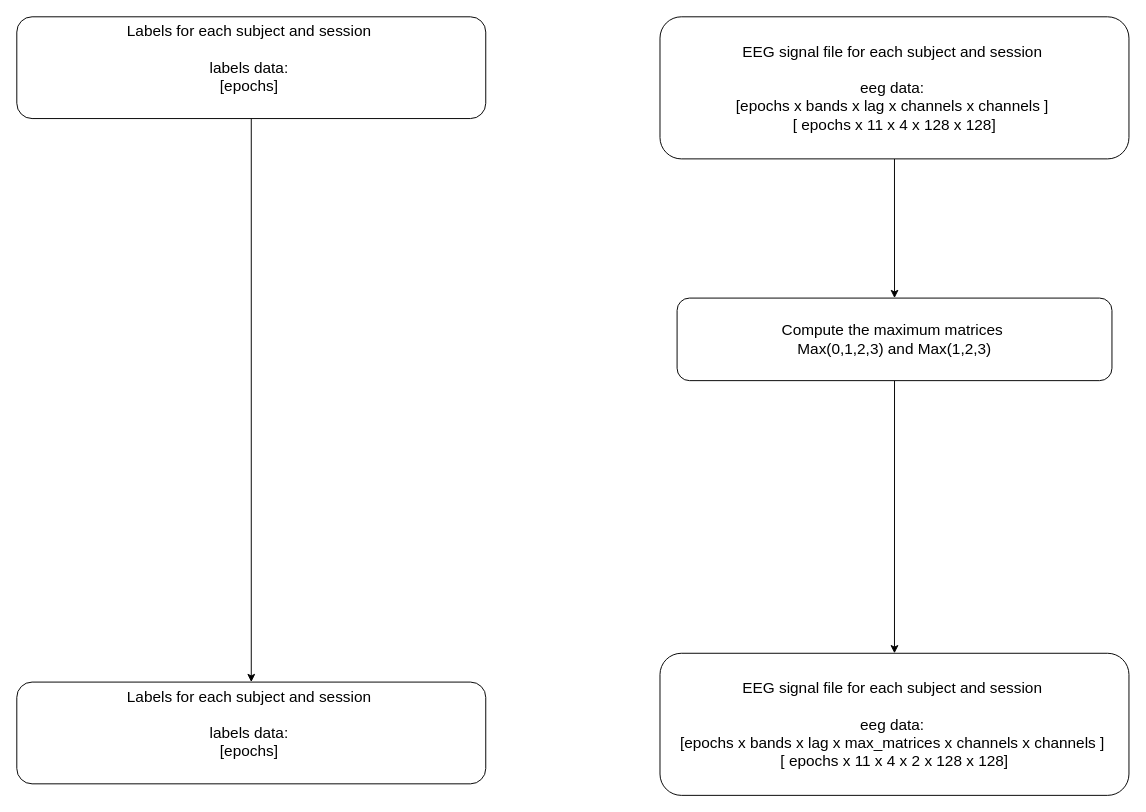
Before: pipeline/stage_50_maximum_matrix/diagrams/stage_50_maximum_matrix.drawio in JobsonAlmeida/motif_functional_connectivity, a draw.io diagram. Source tidied: cells renumbered, new cells numbered last; positions are measured from the earlier drawing's top-left corner, leaving out a move shared by most shapes. Both pictures are drawn from the tidied source at 96%, with x=0, y=0 at pixel (16, 16).
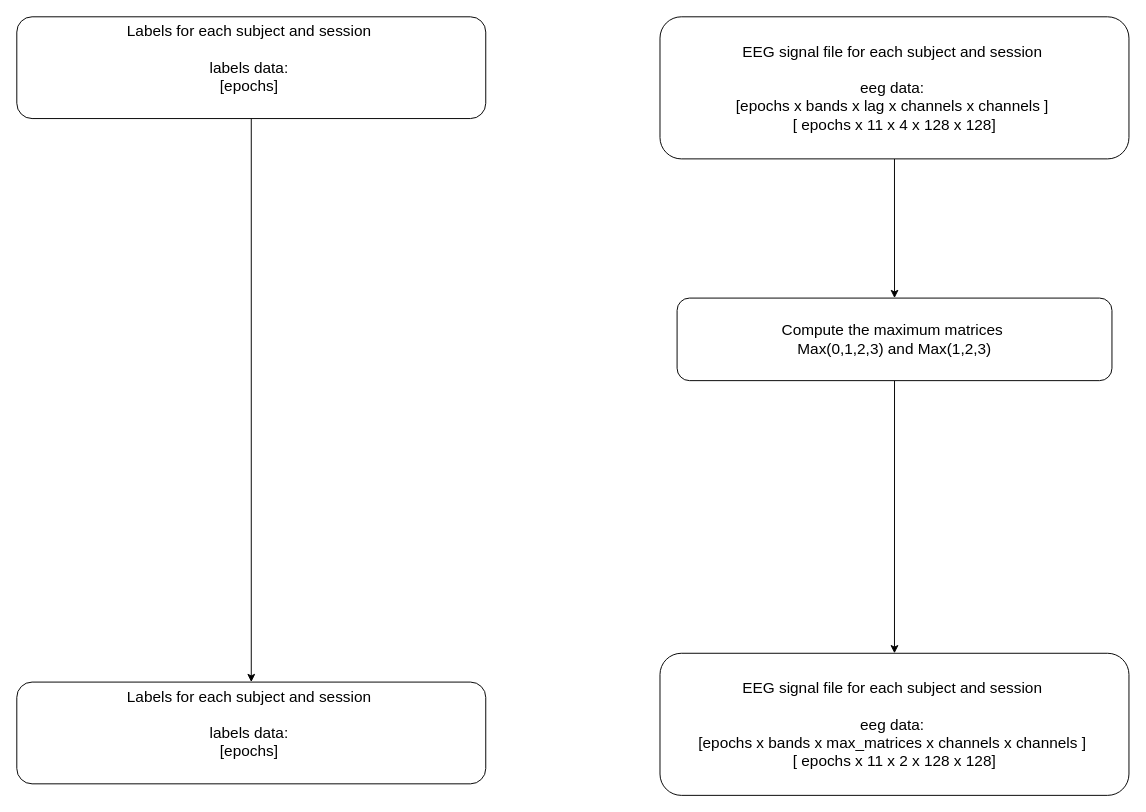
Above is the later version.

Commit message (it also covers changes not shown here):
corrected diagram

Change to the diagram source:
```diff
@@
 <mxGraphModel>
   <root>
     <mxCell id="0" />
     <mxCell id="1" parent="0" />
     <mxCell id="2" style="edgeStyle=orthogonalEdgeStyle;rounded=0;jettySize=auto;exitX=0.5;exitY=1;exitDx=0;exitDy=0;entryX=0.5;entryY=0;entryDx=0;entryDy=0;html=1;" parent="1" edge="1" source="3" target="4">
       <mxGeometry relative="1" as="geometry" />
     </mxCell>
     <mxCell id="3" value="Labels for each subject and session&amp;nbsp;&lt;br&gt;&lt;br&gt;labels data:&amp;nbsp;&lt;br&gt;[epochs]&amp;nbsp;&lt;br&gt;&lt;br&gt;" style="rounded=1;whiteSpace=wrap;html=1;fontSize=16;" parent="1" vertex="1">
       <mxGeometry width="488.5" height="106" as="geometry" />
     </mxCell>
     <mxCell id="4" value="Labels for each subject and session&amp;nbsp;&lt;br&gt;&lt;br&gt;labels data:&amp;nbsp;&lt;br&gt;[epochs]&amp;nbsp;&lt;br&gt;&lt;br&gt;" style="rounded=1;whiteSpace=wrap;html=1;fontSize=16;" parent="1" vertex="1">
       <mxGeometry y="693" width="488.5" height="106" as="geometry" />
     </mxCell>
     <mxCell id="5" style="edgeStyle=orthogonalEdgeStyle;rounded=0;jettySize=auto;html=1;exitX=0.5;exitY=1;exitDx=0;exitDy=0;entryX=0.5;entryY=0;entryDx=0;entryDy=0;" parent="1" edge="1" source="6" target="8">
       <mxGeometry relative="1" as="geometry" />
     </mxCell>
     <mxCell id="6" value="&lt;div&gt;&lt;font style=&quot;font-size: 16px;&quot;&gt;EEG signal file for each subject and session&amp;nbsp;&lt;/font&gt;&lt;/div&gt;&lt;div&gt;&lt;font style=&quot;font-size: 16px;&quot;&gt;&lt;br&gt;&lt;/font&gt;&lt;/div&gt;&lt;div&gt;&lt;font style=&quot;font-size: 16px;&quot;&gt;eeg data:&amp;nbsp;&lt;/font&gt;&lt;/div&gt;&lt;div&gt;&lt;span style=&quot;text-align: left;&quot;&gt;&lt;font style=&quot;font-size: 16px;&quot;&gt;[epochs x bands x lag x channels x&amp;nbsp;&lt;/font&gt;&lt;/span&gt;&lt;span style=&quot;font-size: 16px; text-align: left;&quot;&gt;channels&lt;/span&gt;&lt;span style=&quot;text-align: left;&quot;&gt;&lt;font style=&quot;font-size: 16px;&quot;&gt;&amp;nbsp;]&amp;nbsp;&lt;/font&gt;&lt;/span&gt;&lt;/div&gt;&lt;div&gt;&lt;span style=&quot;text-align: left;&quot;&gt;&lt;font style=&quot;font-size: 16px;&quot;&gt;[ epochs x 11 x 4 x 128 x&amp;nbsp;&lt;/font&gt;&lt;/span&gt;&lt;span style=&quot;font-size: 16px; text-align: left;&quot;&gt;128&lt;/span&gt;&lt;span style=&quot;text-align: left;&quot;&gt;&lt;font style=&quot;font-size: 16px;&quot;&gt;]&lt;/font&gt;&lt;/span&gt;&lt;/div&gt;" style="rounded=1;whiteSpace=wrap;html=1;" parent="1" vertex="1">
       <mxGeometry x="670" width="488.5" height="148" as="geometry" />
     </mxCell>
     <mxCell id="7" style="edgeStyle=orthogonalEdgeStyle;rounded=0;jettySize=auto;html=1;exitX=0.5;exitY=1;exitDx=0;exitDy=0;entryX=0.5;entryY=0;entryDx=0;entryDy=0;" parent="1" edge="1" source="8" target="9">
       <mxGeometry relative="1" as="geometry" />
     </mxCell>
     <mxCell id="8" value="&lt;font style=&quot;font-size: 16px;&quot;&gt;Compute the maximum matrices&amp;nbsp;&lt;/font&gt;&lt;div&gt;&lt;font style=&quot;font-size: 16px;&quot;&gt;Max(0,1,2,3) and Max(1,2,3)&lt;/font&gt;&lt;/div&gt;" style="rounded=1;whiteSpace=wrap;html=1;" parent="1" vertex="1">
       <mxGeometry x="687.8" y="293" width="453" height="86" as="geometry" />
     </mxCell>
-    <mxCell id="9" value="&lt;div&gt;&lt;font style=&quot;font-size: 16px;&quot;&gt;EEG signal file for each subject and session&amp;nbsp;&lt;/font&gt;&lt;/div&gt;&lt;div&gt;&lt;font style=&quot;font-size: 16px;&quot;&gt;&lt;br&gt;&lt;/font&gt;&lt;/div&gt;&lt;div&gt;&lt;font style=&quot;font-size: 16px;&quot;&gt;eeg data:&amp;nbsp;&lt;/font&gt;&lt;/div&gt;&lt;div&gt;&lt;span style=&quot;text-align: left;&quot;&gt;&lt;font style=&quot;font-size: 16px;&quot;&gt;[epochs x bands x lag x max_matrices x channels x&amp;nbsp;&lt;/font&gt;&lt;/span&gt;&lt;span style=&quot;font-size: 16px; text-align: left;&quot;&gt;channels&lt;/span&gt;&lt;span style=&quot;text-align: left;&quot;&gt;&lt;font style=&quot;font-size: 16px;&quot;&gt;&amp;nbsp;]&amp;nbsp;&lt;/font&gt;&lt;/span&gt;&lt;/div&gt;&lt;div&gt;&lt;span style=&quot;text-align: left;&quot;&gt;&lt;font style=&quot;font-size: 16px;&quot;&gt;[ epochs x 11 x 4 x 2 x 128 x&amp;nbsp;&lt;/font&gt;&lt;/span&gt;&lt;span style=&quot;font-size: 16px; text-align: left;&quot;&gt;128&lt;/span&gt;&lt;span style=&quot;text-align: left;&quot;&gt;&lt;font style=&quot;font-size: 16px;&quot;&gt;]&lt;/font&gt;&lt;/span&gt;&lt;/div&gt;" style="rounded=1;whiteSpace=wrap;html=1;" parent="1" vertex="1">
+    <mxCell id="9" value="&lt;div&gt;&lt;font style=&quot;font-size: 16px;&quot;&gt;EEG signal file for each subject and session&amp;nbsp;&lt;/font&gt;&lt;/div&gt;&lt;div&gt;&lt;font style=&quot;font-size: 16px;&quot;&gt;&lt;br&gt;&lt;/font&gt;&lt;/div&gt;&lt;div&gt;&lt;font style=&quot;font-size: 16px;&quot;&gt;eeg data:&amp;nbsp;&lt;/font&gt;&lt;/div&gt;&lt;div&gt;&lt;span style=&quot;text-align: left;&quot;&gt;&lt;font style=&quot;font-size: 16px;&quot;&gt;[epochs x bands x max_matrices x channels x&amp;nbsp;&lt;/font&gt;&lt;/span&gt;&lt;span style=&quot;font-size: 16px; text-align: left;&quot;&gt;channels&lt;/span&gt;&lt;span style=&quot;text-align: left;&quot;&gt;&lt;font style=&quot;font-size: 16px;&quot;&gt;&amp;nbsp;]&amp;nbsp;&lt;/font&gt;&lt;/span&gt;&lt;/div&gt;&lt;div&gt;&lt;span style=&quot;text-align: left;&quot;&gt;&lt;font style=&quot;font-size: 16px;&quot;&gt;[ epochs x 11 x 2 x 128 x&amp;nbsp;&lt;/font&gt;&lt;/span&gt;&lt;span style=&quot;font-size: 16px; text-align: left;&quot;&gt;128&lt;/span&gt;&lt;span style=&quot;text-align: left;&quot;&gt;&lt;font style=&quot;font-size: 16px;&quot;&gt;]&lt;/font&gt;&lt;/span&gt;&lt;/div&gt;" style="rounded=1;whiteSpace=wrap;html=1;" parent="1" vertex="1">
       <mxGeometry x="670" y="663" width="488.5" height="148" as="geometry" />
     </mxCell>
   </root>
 </mxGraphModel>
```
